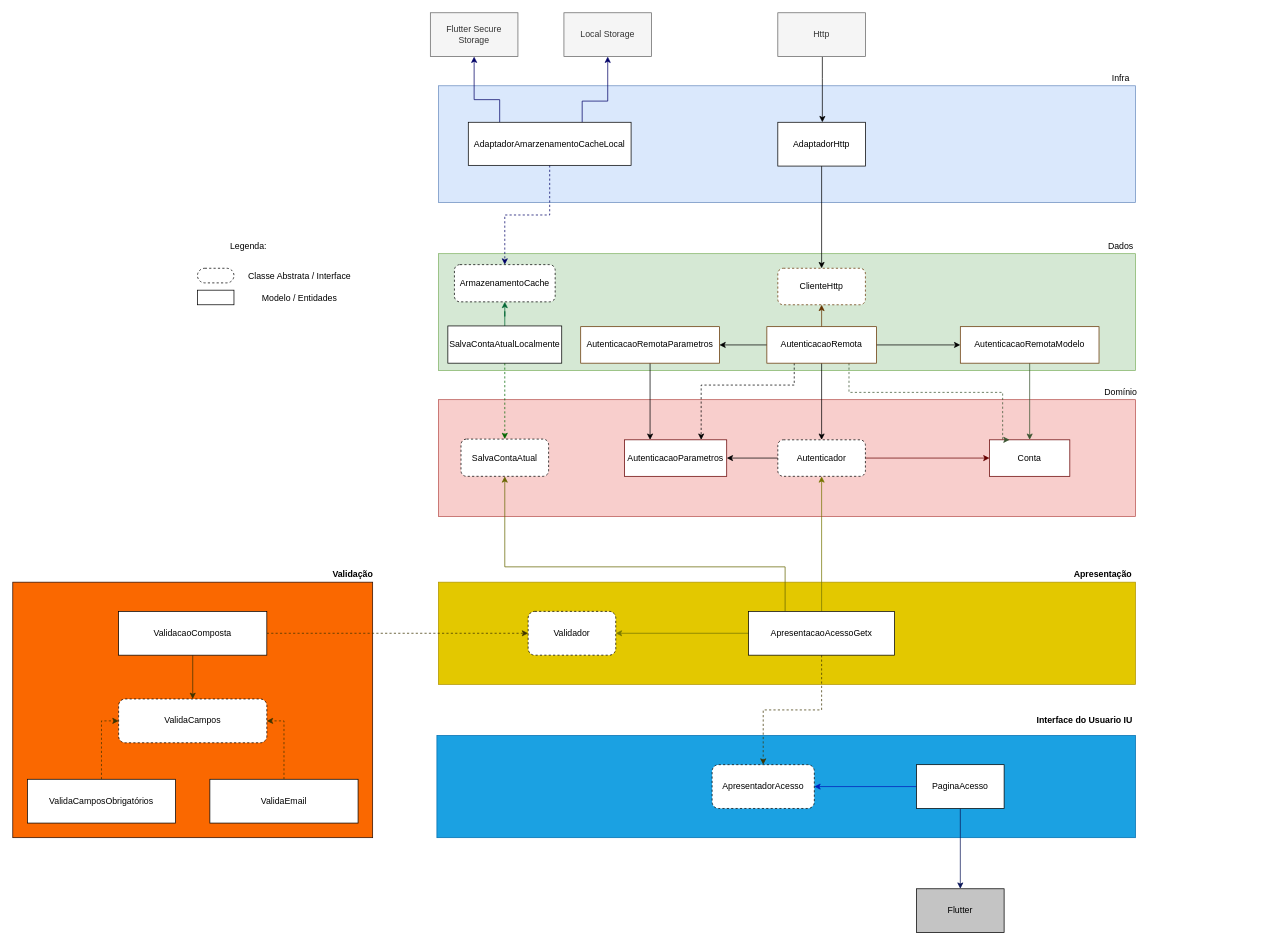
Above: page "Acesso" (2 of 4) of requisitos/Questionario - Flutter.drawio in brunopenha/questionario_flutter (draw.io), before the change. Source tidied: cells renumbered, new cells numbered last; positions are measured from the earlier drawing's top-left corner, leaving out a move shared by most shapes. Both pictures are drawn from the tidied source at 73%, with x=0, y=0 at pixel (12, 12).
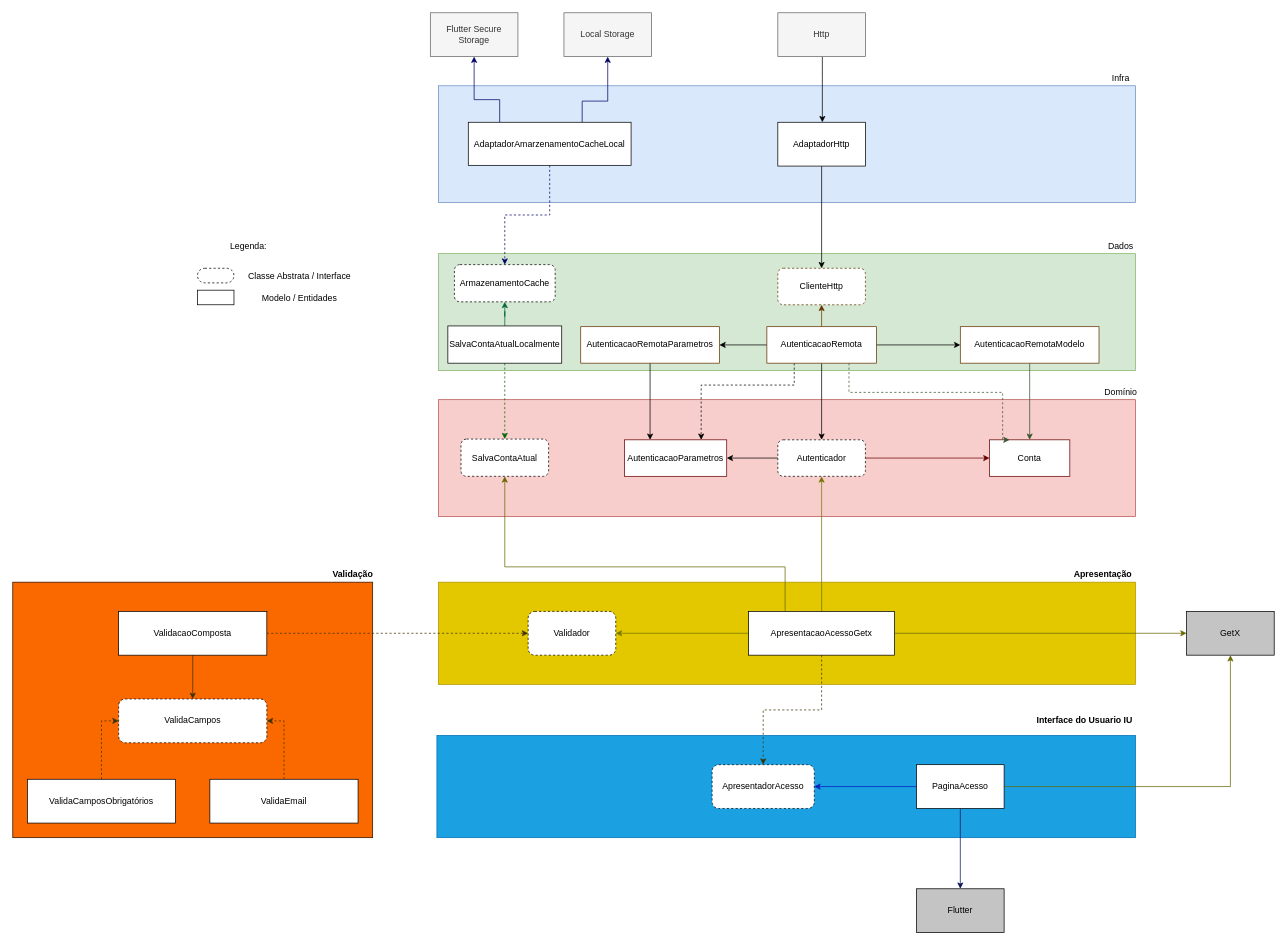
The same diagram, later.

The change refers to these unchanged cells:
```xml
<mxCell id="42" value="ApresentacaoAcessoGetx" style="rounded=0;whiteSpace=wrap;html=1;" parent="1" vertex="1">
  <mxGeometry x="1008" y="820" width="200" height="60" as="geometry" />
</mxCell>
<mxCell id="55" value="PaginaAcesso" style="rounded=0;whiteSpace=wrap;html=1;fillColor=#FFFFFF;" parent="1" vertex="1">
  <mxGeometry x="1238" y="1030" width="120" height="60" as="geometry" />
</mxCell>
```

What changed in the source:
```diff
@@
+    <mxCell id="71" style="edgeStyle=orthogonalEdgeStyle;rounded=0;jettySize=auto;html=1;strokeColor=#666600;" parent="1" edge="1" source="42" target="73">
+      <mxGeometry relative="1" as="geometry" />
+    </mxCell>
@@
+    <mxCell id="72" style="edgeStyle=orthogonalEdgeStyle;rounded=0;jettySize=auto;html=1;entryX=0.5;entryY=1;entryDx=0;entryDy=0;strokeColor=#666600;" parent="1" edge="1" source="55" target="73">
+      <mxGeometry relative="1" as="geometry" />
+    </mxCell>
@@
+    <mxCell id="73" value="GetX" style="rounded=0;whiteSpace=wrap;html=1;fillColor=#C4C4C4;" parent="1" vertex="1">
+      <mxGeometry x="1608" y="820" width="120" height="60" as="geometry" />
+    </mxCell>
```
